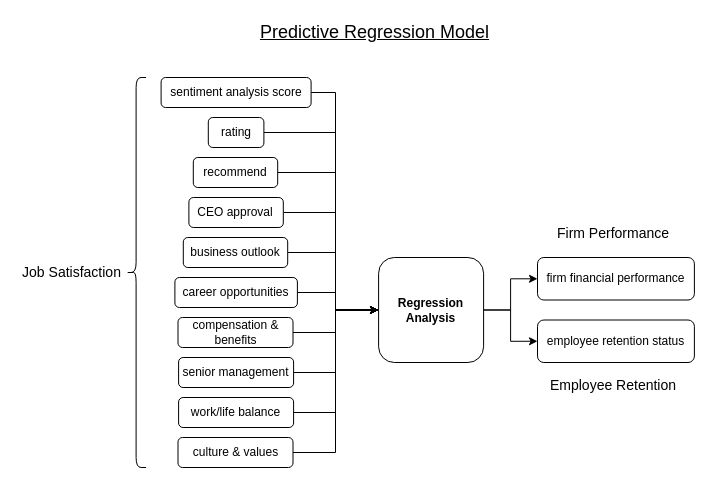
This is page "Regression Analysis" (2 of 4) of thesis.drawio from MatthiasGN/thesis, a draw.io file, before an edit. Source tidied: cells renumbered, new cells numbered last; positions are measured from the earlier drawing's top-left corner, leaving out a move shared by most shapes. Both pictures are drawn from the tidied source at 100%, with x=0, y=0 at pixel (17, 17).
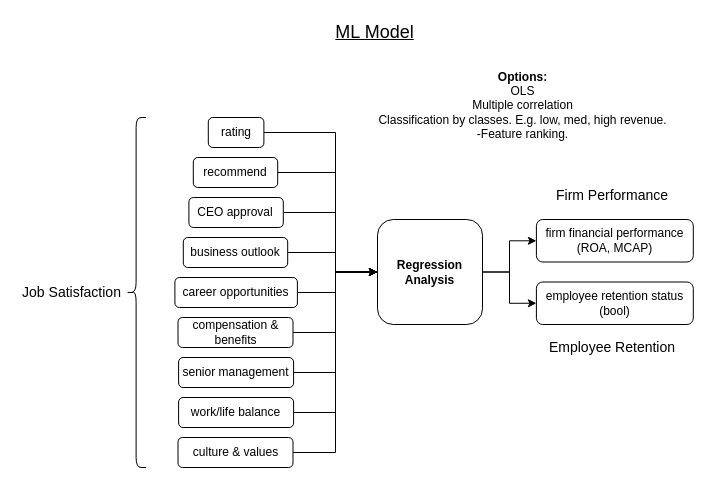
After the change.

Commit message (it also covers changes not shown here):
Step 11: Create ML models predicting Retention - complete

Unchanged cells that the change refers to:
```xml
<mxCell id="6" value="rating" style="rounded=1;whiteSpace=wrap;html=1;fontSize=12;glass=0;strokeWidth=1;shadow=0;" parent="1" vertex="1">
  <mxGeometry x="190.8" y="100" width="55.6" height="30" as="geometry" />
</mxCell>
<mxCell id="11" value="recommend" style="rounded=1;whiteSpace=wrap;html=1;fontSize=12;glass=0;strokeWidth=1;shadow=0;" parent="1" vertex="1">
  <mxGeometry x="175.8" y="140" width="84.4" height="30" as="geometry" />
</mxCell>
<mxCell id="25" value="culture &amp;amp; values" style="rounded=1;whiteSpace=wrap;html=1;fontSize=12;glass=0;strokeWidth=1;shadow=0;" parent="1" vertex="1">
  <mxGeometry x="160.5" y="420" width="115" height="30" as="geometry" />
</mxCell>
```

What changed in the source:
```diff
@@
     <mxCell id="4" value="&lt;b&gt;Regression Analysis&lt;/b&gt;" style="rounded=1;whiteSpace=wrap;html=1;fontSize=12;glass=0;strokeWidth=1;shadow=0;" parent="1" vertex="1">
-      <mxGeometry x="361.1" y="240" width="105" height="105" as="geometry" />
+      <mxGeometry x="360" y="202" width="105" height="105" as="geometry" />
     </mxCell>
-    <mxCell id="5" style="edgeStyle=elbowEdgeStyle;rounded=0;jettySize=auto;html=1;exitX=1;exitY=0.5;exitDx=0;exitDy=0;" parent="1" edge="1" source="6" target="4">
+    <mxCell id="5" style="edgeStyle=elbowEdgeStyle;rounded=0;jettySize=auto;html=1;exitX=1;exitY=0.5;exitDx=0;exitDy=0;entryX=0;entryY=0.5;entryDx=0;entryDy=0;" parent="1" edge="1" source="6" target="4">
       <mxGeometry relative="1" as="geometry">
         <Array as="points">
           <mxPoint x="318" y="205" />
         </Array>
       </mxGeometry>
     </mxCell>
@@
-    <mxCell id="7" value="Predictive Regression Model" style="text;html=1;align=center;verticalAlign=middle;whiteSpace=wrap;rounded=0;fontStyle=4;fontSize=18;" parent="1" vertex="1">
+    <mxCell id="7" value="ML Model" style="text;html=1;align=center;verticalAlign=middle;whiteSpace=wrap;rounded=0;fontStyle=4;fontSize=18;" parent="1" vertex="1">
       <mxGeometry x="237" width="241" height="30" as="geometry" />
     </mxCell>
-    <mxCell id="8" style="edgeStyle=elbowEdgeStyle;rounded=0;jettySize=auto;html=1;exitX=1;exitY=0.5;exitDx=0;exitDy=0;" parent="1" edge="1" source="9" target="4">
-      <mxGeometry relative="1" as="geometry">
-        <Array as="points">
-          <mxPoint x="318" y="185" />
-        </Array>
-      </mxGeometry>
-    </mxCell>
-    <mxCell id="9" value="sentiment analysis score" style="rounded=1;whiteSpace=wrap;html=1;fontSize=12;glass=0;strokeWidth=1;shadow=0;" parent="1" vertex="1">
-      <mxGeometry x="143.6" y="60" width="150" height="30" as="geometry" />
-    </mxCell>
-    <mxCell id="10" style="edgeStyle=elbowEdgeStyle;rounded=0;jettySize=auto;html=1;exitX=1;exitY=0.5;exitDx=0;exitDy=0;" parent="1" edge="1" source="11" target="4">
+    <mxCell id="10" style="edgeStyle=elbowEdgeStyle;rounded=0;jettySize=auto;html=1;exitX=1;exitY=0.5;exitDx=0;exitDy=0;entryX=0;entryY=0.5;entryDx=0;entryDy=0;" parent="1" edge="1" source="11" target="4">
       <mxGeometry relative="1" as="geometry">
         <Array as="points">
           <mxPoint x="318" y="224" />
         </Array>
       </mxGeometry>
     </mxCell>
@@
     <mxCell id="24" style="edgeStyle=elbowEdgeStyle;rounded=0;jettySize=auto;html=1;exitX=1;exitY=0.5;exitDx=0;exitDy=0;" parent="1" edge="1" source="25" target="4">
-      <mxGeometry relative="1" as="geometry" />
+      <mxGeometry relative="1" as="geometry">
+        <Array as="points">
+          <mxPoint x="318" y="345" />
+        </Array>
+      </mxGeometry>
     </mxCell>
@@
-    <mxCell id="26" value="firm financial performance" style="rounded=1;whiteSpace=wrap;html=1;fontSize=12;glass=0;strokeWidth=1;shadow=0;" parent="1" vertex="1">
-      <mxGeometry x="520" y="240" width="156.9" height="42.5" as="geometry" />
+    <mxCell id="26" value="firm financial performance&lt;div&gt;(ROA, MCAP)&lt;/div&gt;" style="rounded=1;whiteSpace=wrap;html=1;fontSize=12;glass=0;strokeWidth=1;shadow=0;" parent="1" vertex="1">
+      <mxGeometry x="518.9" y="202" width="156.9" height="42.5" as="geometry" />
     </mxCell>
     <mxCell id="27" style="shape=curlyBracket;whiteSpace=wrap;html=1;rounded=1;labelPosition=left;verticalLabelPosition=middle;align=right;verticalAlign=middle;" parent="1" vertex="1">
-      <mxGeometry x="108.6" y="60" width="20" height="390" as="geometry" />
+      <mxGeometry x="108.6" y="100" width="20" height="350" as="geometry" />
     </mxCell>
     <mxCell id="28" value="&lt;span style=&quot;font-weight: 400;&quot;&gt;Job Satisfaction&lt;/span&gt;" style="text;html=1;align=center;verticalAlign=middle;whiteSpace=wrap;rounded=0;fontStyle=1;fontSize=14;" parent="1" vertex="1">
-      <mxGeometry x="-0.1" y="245" width="108.8" height="20" as="geometry" />
+      <mxGeometry x="-0.1" y="264.5" width="108.8" height="20" as="geometry" />
     </mxCell>
     <mxCell id="29" value="&lt;span style=&quot;font-weight: 400;&quot;&gt;Employee Retention&lt;/span&gt;" style="text;html=1;align=center;verticalAlign=middle;whiteSpace=wrap;rounded=0;fontStyle=1;fontSize=14;" parent="1" vertex="1">
-      <mxGeometry x="531" y="358" width="130" height="20" as="geometry" />
+      <mxGeometry x="529.9" y="320" width="130" height="20" as="geometry" />
     </mxCell>
     <mxCell id="30" value="&lt;span style=&quot;font-weight: 400;&quot;&gt;Firm Performance&lt;/span&gt;" style="text;html=1;align=center;verticalAlign=middle;whiteSpace=wrap;rounded=0;fontStyle=1;fontSize=14;" parent="1" vertex="1">
-      <mxGeometry x="531" y="206" width="130" height="20" as="geometry" />
+      <mxGeometry x="529.9" y="168" width="130" height="20" as="geometry" />
     </mxCell>
-    <mxCell id="31" value="employee retention status" style="rounded=1;whiteSpace=wrap;html=1;fontSize=12;glass=0;strokeWidth=1;shadow=0;" parent="1" vertex="1">
-      <mxGeometry x="520" y="302.5" width="156.9" height="42.5" as="geometry" />
+    <mxCell id="31" value="employee retention status&lt;div&gt;(bool)&lt;/div&gt;" style="rounded=1;whiteSpace=wrap;html=1;fontSize=12;glass=0;strokeWidth=1;shadow=0;" parent="1" vertex="1">
+      <mxGeometry x="518.9" y="264.5" width="156.9" height="42.5" as="geometry" />
     </mxCell>
+    <mxCell id="32" value="&lt;div&gt;&lt;b&gt;Options:&lt;/b&gt;&lt;/div&gt;OLS&lt;div&gt;Multiple correlation&lt;/div&gt;&lt;div&gt;Classification by classes. E.g. low, med, high revenue.&lt;/div&gt;&lt;div&gt;-Feature ranking.&lt;/div&gt;" style="text;html=1;align=center;verticalAlign=middle;strokeColor=none;fillColor=none;" parent="1" vertex="1">
+      <mxGeometry x="352" y="46" width="306" height="84" as="geometry" />
+    </mxCell>
```
